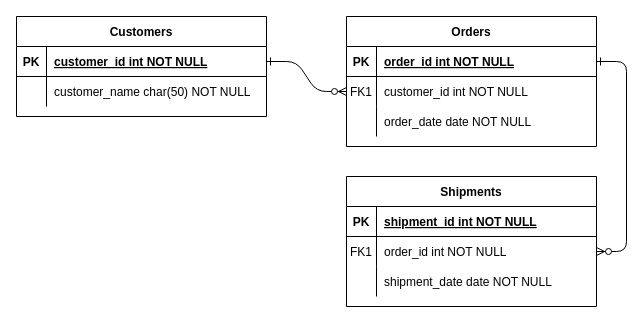
The draw.io diagram archives/Untitled Diagram.drawio in Xin267/Xin267.github.io, before the edit. Source tidied: cells renumbered, new cells numbered last; positions are measured from the earlier drawing's top-left corner, leaving out a move shared by most shapes. Both pictures are drawn from the tidied source at 100%, with x=0, y=0 at pixel (16, 16).
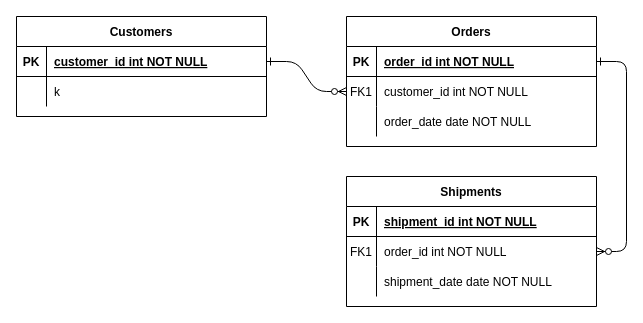
Above is the later version.

Unchanged cells that the change refers to:
```xml
<mxCell id="28" style="shape=partialRectangle;fillColor=none;top=0;left=0;right=0;bottom=0;" parent="24" vertex="1">
  <mxGeometry y="60" width="250" height="30" as="geometry" />
</mxCell>
```

The edit, as a diff of the source:
```diff
@@
-    <mxCell id="30" value="customer_name char(50) NOT NULL" style="shape=partialRectangle;overflow=hidden;fillColor=none;top=0;left=0;bottom=0;right=0;align=left;spacingLeft=6;" parent="28" vertex="1">
+    <mxCell id="30" value="k" style="shape=partialRectangle;overflow=hidden;fillColor=none;top=0;left=0;bottom=0;right=0;align=left;spacingLeft=6;" parent="28" vertex="1">
       <mxGeometry x="30" width="220" height="30" as="geometry" />
     </mxCell>
```
